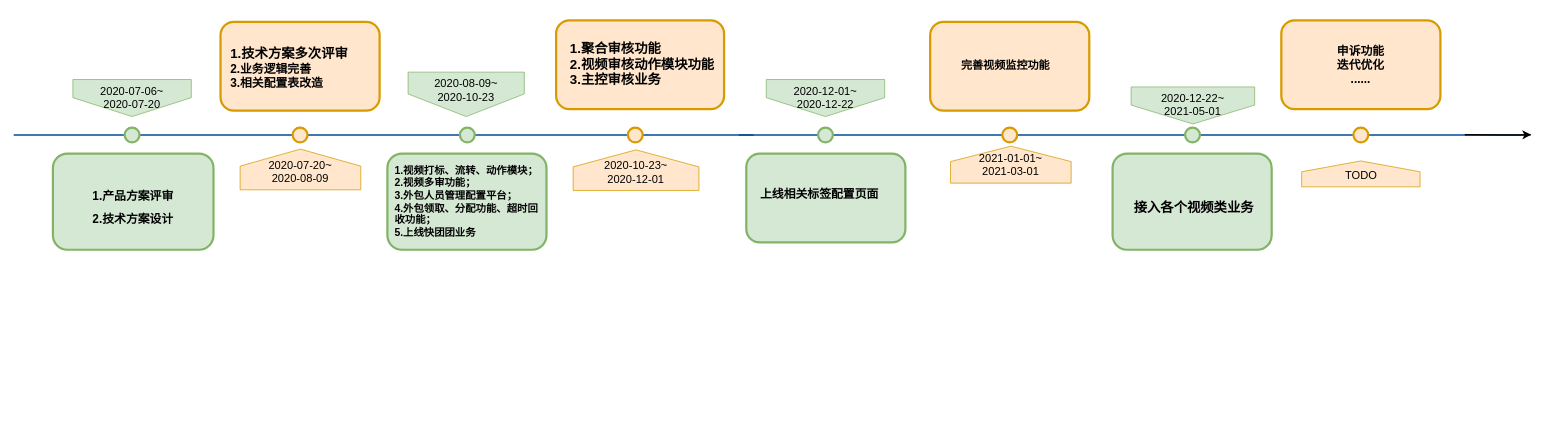
Before: 架构设计/项目周期图.drawio in haiyunzhu/javaKnowledge, a draw.io diagram. Source tidied: cells renumbered, new cells numbered last; positions are measured from the earlier drawing's top-left corner, leaving out a move shared by most shapes. Both pictures are drawn from the tidied source at 74%, with x=0, y=0 at pixel (13, 20).
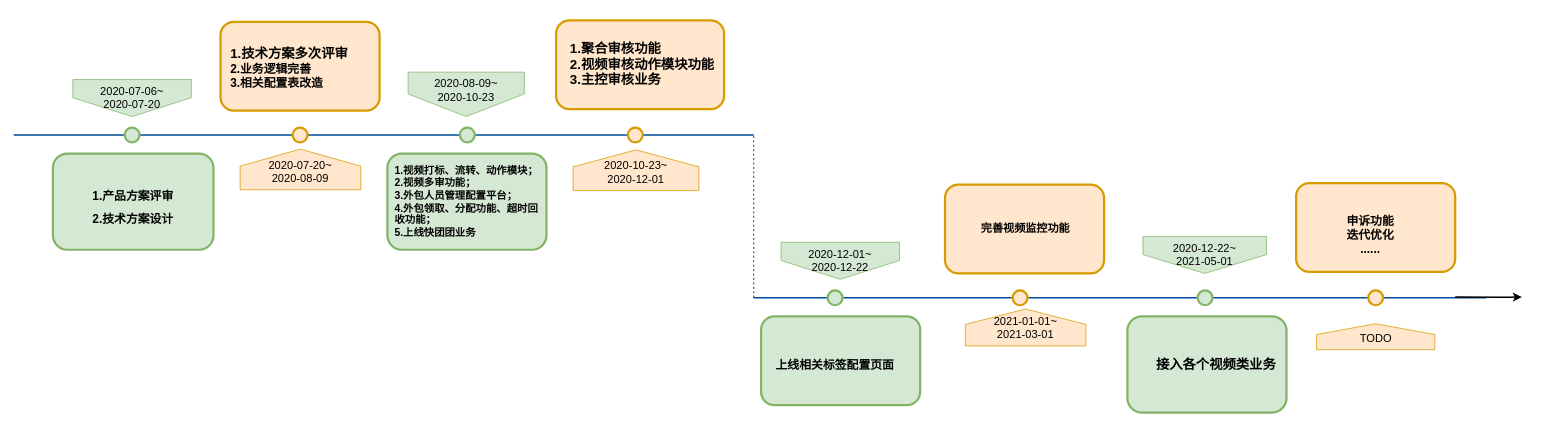
After the change.

Commit message:
更新项目周期图.drawio

Unchanged cells that the change refers to:
```xml
<mxCell id="2" style="line;strokeWidth=2;html=1;fillColor=none;fontSize=28;fontColor=#004D99;strokeColor=#004D99;" parent="1" vertex="1">
  <mxGeometry y="150" width="1000" height="10" as="geometry" />
</mxCell>
```

Change to the diagram source:
```diff
@@
     <mxCell id="17" style="line;strokeWidth=2;html=1;fillColor=none;fontSize=28;fontColor=#004D99;strokeColor=#004D99;" parent="1" vertex="1">
-      <mxGeometry x="980" y="150" width="1070" height="10" as="geometry" />
+      <mxGeometry x="1000" y="370" width="990" height="10" as="geometry" />
     </mxCell>
     <mxCell id="18" value="2020-12-01~&lt;br&gt;2020-12-22" style="shape=offPageConnector;whiteSpace=wrap;html=1;fillColor=#d5e8d4;fontSize=15;size=0.5093750000000015;verticalAlign=top;strokeColor=#82b366;" parent="1" vertex="1">
-      <mxGeometry x="1017" y="80" width="160" height="50" as="geometry" />
+      <mxGeometry x="1037" y="300" width="160" height="50" as="geometry" />
     </mxCell>
     <mxCell id="19" value="&lt;span&gt;&lt;div&gt;2020-12-22~&lt;/div&gt;&lt;div&gt;2021-05-01&lt;/div&gt;&lt;/span&gt;" style="shape=offPageConnector;whiteSpace=wrap;html=1;fillColor=#d5e8d4;fontSize=15;size=0.5093750000000015;verticalAlign=top;strokeColor=#82b366;" parent="1" vertex="1">
-      <mxGeometry x="1510" y="90" width="167" height="50" as="geometry" />
+      <mxGeometry x="1526" y="292" width="167" height="50" as="geometry" />
     </mxCell>
     <mxCell id="20" value="2021-01-01~&lt;br&gt;2021-03-01&lt;span&gt;&lt;br&gt;&lt;/span&gt;" style="shape=offPageConnector;whiteSpace=wrap;html=1;fillColor=#ffe6cc;fontSize=15;size=0.4178571428571445;flipV=1;verticalAlign=bottom;strokeColor=#d79b00;spacingBottom=4;" parent="1" vertex="1">
-      <mxGeometry x="1266" y="170" width="163" height="50" as="geometry" />
+      <mxGeometry x="1286" y="390" width="163" height="50" as="geometry" />
     </mxCell>
     <mxCell id="21" style="ellipse;whiteSpace=wrap;html=1;fillColor=#d5e8d4;fontSize=28;strokeWidth=3;strokeColor=#82b366;" parent="1" vertex="1">
-      <mxGeometry x="1087" y="145" width="20" height="20" as="geometry" />
+      <mxGeometry x="1100" y="365" width="20" height="20" as="geometry" />
     </mxCell>
     <mxCell id="22" style="ellipse;whiteSpace=wrap;html=1;fillColor=#ffe6cc;fontSize=28;strokeWidth=3;strokeColor=#d79b00;" parent="1" vertex="1">
-      <mxGeometry x="1336" y="145" width="20" height="20" as="geometry" />
+      <mxGeometry x="1350" y="365" width="20" height="20" as="geometry" />
     </mxCell>
     <mxCell id="23" style="ellipse;whiteSpace=wrap;html=1;fillColor=#d5e8d4;fontSize=28;strokeWidth=3;strokeColor=#82b366;" parent="1" vertex="1">
-      <mxGeometry x="1583" y="145" width="20" height="20" as="geometry" />
+      <mxGeometry x="1600" y="365" width="20" height="20" as="geometry" />
     </mxCell>
     <mxCell id="24" value="&lt;h1&gt;&lt;br&gt;&lt;/h1&gt;" style="text;html=1;spacing=5;spacingTop=-20;whiteSpace=wrap;overflow=hidden;strokeColor=#82b366;strokeWidth=3;fillColor=#d5e8d4;fontSize=13;align=center;rounded=1;" parent="1" vertex="1">
-      <mxGeometry x="990" y="180" width="215" height="120" as="geometry" />
+      <mxGeometry x="1010" y="400" width="215" height="120" as="geometry" />
     </mxCell>
     <mxCell id="25" value="&lt;h1&gt;&lt;br&gt;&lt;/h1&gt;" style="text;html=1;spacing=5;spacingTop=-20;whiteSpace=wrap;overflow=hidden;strokeColor=#82b366;strokeWidth=3;fillColor=#d5e8d4;fontSize=13;align=center;rounded=1;" parent="1" vertex="1">
-      <mxGeometry x="1485" y="180" width="215" height="130" as="geometry" />
+      <mxGeometry x="1505" y="400" width="215" height="130" as="geometry" />
     </mxCell>
     <mxCell id="26" value="&lt;h1&gt;&lt;br&gt;&lt;/h1&gt;" style="text;html=1;spacing=5;spacingTop=-20;whiteSpace=wrap;overflow=hidden;strokeColor=#d79b00;strokeWidth=3;fillColor=#ffe6cc;fontSize=13;align=center;rounded=1;" parent="1" vertex="1">
-      <mxGeometry x="1713" width="215" height="120" as="geometry" />
+      <mxGeometry x="1733" y="220" width="215" height="120" as="geometry" />
     </mxCell>
     <mxCell id="27" value="&lt;h1&gt;&lt;br&gt;&lt;/h1&gt;" style="text;html=1;spacing=5;spacingTop=-20;whiteSpace=wrap;overflow=hidden;strokeColor=#d79b00;strokeWidth=3;fillColor=#ffe6cc;fontSize=13;align=center;rounded=1;" parent="1" vertex="1">
-      <mxGeometry x="1238.5" y="2" width="215" height="120" as="geometry" />
+      <mxGeometry x="1258.5" y="222" width="215" height="120" as="geometry" />
     </mxCell>
@@
     <mxCell id="29" value="&lt;font style=&quot;font-size: 16px&quot;&gt;&lt;b&gt;上线相关标签配置页面&lt;/b&gt;&lt;/font&gt;" style="text;html=1;strokeColor=none;fillColor=none;align=left;verticalAlign=middle;whiteSpace=wrap;rounded=0;" parent="1" vertex="1">
-      <mxGeometry x="1007" y="200" width="180" height="70" as="geometry" />
+      <mxGeometry x="1027.5" y="430" width="180" height="70" as="geometry" />
     </mxCell>
     <mxCell id="30" style="ellipse;whiteSpace=wrap;html=1;fillColor=#ffe6cc;fontSize=28;strokeWidth=3;strokeColor=#d79b00;" parent="1" vertex="1">
-      <mxGeometry x="1810.5" y="145" width="20" height="20" as="geometry" />
+      <mxGeometry x="1830.5" y="365" width="20" height="20" as="geometry" />
     </mxCell>
     <mxCell id="31" value="&lt;font style=&quot;font-size: 16px&quot;&gt;&lt;b&gt;申诉功能&lt;br&gt;迭代优化&lt;br&gt;......&lt;/b&gt;&lt;/font&gt;" style="text;html=1;strokeColor=none;fillColor=none;align=center;verticalAlign=middle;whiteSpace=wrap;rounded=0;" parent="1" vertex="1">
-      <mxGeometry x="1757" y="30" width="127" height="60" as="geometry" />
+      <mxGeometry x="1770" y="260" width="127" height="60" as="geometry" />
     </mxCell>
     <mxCell id="32" value="TODO" style="shape=offPageConnector;whiteSpace=wrap;html=1;fillColor=#ffe6cc;fontSize=15;size=0.4178571428571445;flipV=1;verticalAlign=bottom;strokeColor=#d79b00;spacingBottom=4;" parent="1" vertex="1">
-      <mxGeometry x="1740.5" y="190" width="160" height="35" as="geometry" />
+      <mxGeometry x="1760.5" y="410" width="160" height="35" as="geometry" />
     </mxCell>
     <mxCell id="33" style="endArrow=classic;html=1;strokeWidth=2;" parent="1" edge="1">
       <mxGeometry relative="1" as="geometry">
-        <mxPoint x="1961" y="154.5" as="sourcePoint" />
-        <mxPoint x="2051" y="154.5" as="targetPoint" />
+        <mxPoint x="1948" y="373.8" as="sourcePoint" />
+        <mxPoint x="2038" y="373.8" as="targetPoint" />
         <Array as="points">
-          <mxPoint x="2027" y="155" />
+          <mxPoint x="2014" y="374.2" />
         </Array>
       </mxGeometry>
     </mxCell>
     <mxCell id="34" value="&lt;b&gt;&lt;font style=&quot;font-size: 18px&quot;&gt;接入各个视频类业务&lt;/font&gt;&lt;/b&gt;" style="text;html=1;strokeColor=none;fillColor=none;align=center;verticalAlign=middle;whiteSpace=wrap;rounded=0;" parent="1" vertex="1">
-      <mxGeometry x="1510" y="225" width="170" height="55" as="geometry" />
+      <mxGeometry x="1540" y="437.5" width="170" height="55" as="geometry" />
     </mxCell>
     <mxCell id="35" value="&lt;font style=&quot;font-size: 15px&quot;&gt;&lt;b&gt;完善视频监控功能&lt;/b&gt;&lt;/font&gt;" style="text;html=1;strokeColor=none;fillColor=none;align=center;verticalAlign=middle;whiteSpace=wrap;rounded=0;" parent="1" vertex="1">
-      <mxGeometry x="1279" y="30" width="123" height="60" as="geometry" />
+      <mxGeometry x="1306" y="250" width="123" height="60" as="geometry" />
     </mxCell>
+    <mxCell id="36" style="endArrow=none;dashed=1;html=1;exitX=0;exitY=0.5;exitDx=0;exitDy=0;exitPerimeter=0;entryX=1;entryY=0.5;entryDx=0;entryDy=0;entryPerimeter=0;" parent="1" edge="1" source="17" target="2">
+      <mxGeometry relative="1" as="geometry" />
+    </mxCell>
```
